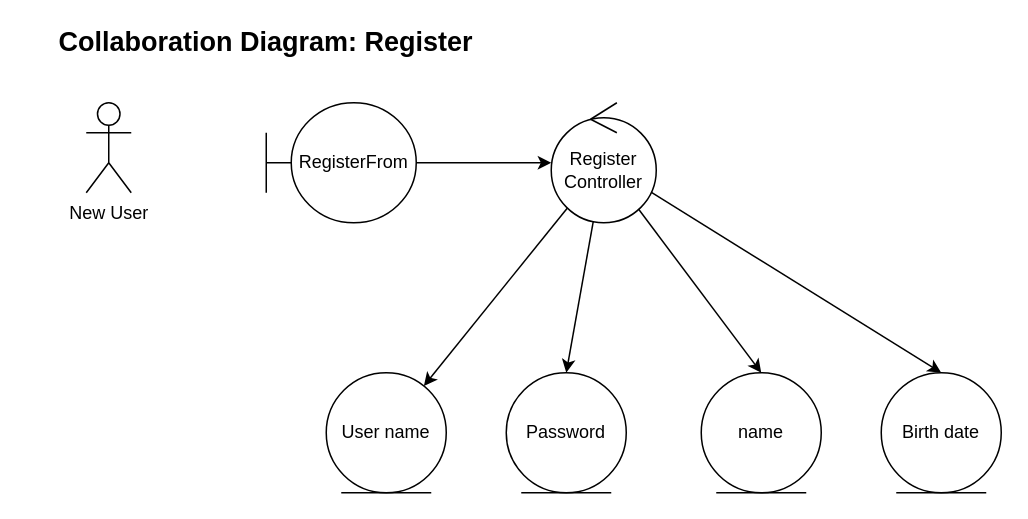
The draw.io diagram page "Register" (1 of 2) of Collaboration Diagram.drawio in astrrr/Right-posture, before the edit. Source tidied: cells renumbered, new cells numbered last; positions are measured from the earlier drawing's top-left corner, leaving out a move shared by most shapes. Both pictures are drawn from the tidied source at 150%, with x=0, y=0 at pixel (26, 27).
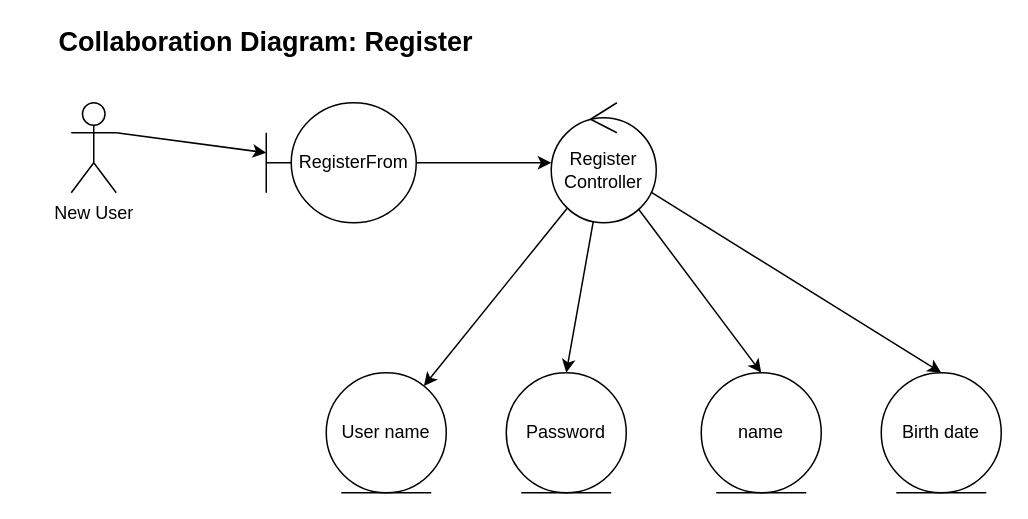
The same diagram, later.

What changed in the source:
```diff
@@
 <mxGraphModel>
   <root>
     <mxCell id="0" />
     <mxCell id="1" parent="0" />
+    <mxCell id="15" style="edgeStyle=none;rounded=0;jettySize=auto;html=1;exitX=1;exitY=0.3333333333333333;exitDx=0;exitDy=0;exitPerimeter=0;" parent="1" edge="1" source="2" target="4">
+      <mxGeometry relative="1" as="geometry" />
+    </mxCell>
     <mxCell id="2" value="New User" style="shape=umlActor;verticalLabelPosition=bottom;verticalAlign=top;html=1;" parent="1" vertex="1">
-      <mxGeometry x="40" y="50" width="30" height="60" as="geometry" />
+      <mxGeometry x="30" y="50" width="30" height="60" as="geometry" />
     </mxCell>
     <mxCell id="3" style="edgeStyle=orthogonalEdgeStyle;rounded=0;jettySize=auto;html=1;" parent="1" edge="1" source="4" target="9">
       <mxGeometry relative="1" as="geometry" />
     </mxCell>
     <mxCell id="4" value="RegisterFrom" style="shape=umlBoundary;whiteSpace=wrap;html=1;" parent="1" vertex="1">
       <mxGeometry x="160" y="50" width="100" height="80" as="geometry" />
     </mxCell>
     <mxCell id="5" style="rounded=0;jettySize=auto;html=1;" parent="1" edge="1" source="9" target="10">
       <mxGeometry relative="1" as="geometry" />
     </mxCell>
     <mxCell id="6" style="edgeStyle=none;rounded=0;jettySize=auto;html=1;entryX=0.5;entryY=0;entryDx=0;entryDy=0;" parent="1" edge="1" source="9" target="12">
       <mxGeometry relative="1" as="geometry" />
     </mxCell>
     <mxCell id="7" style="edgeStyle=none;rounded=0;jettySize=auto;html=1;entryX=0.5;entryY=0;entryDx=0;entryDy=0;" parent="1" edge="1" source="9" target="14">
       <mxGeometry relative="1" as="geometry" />
     </mxCell>
     <mxCell id="8" style="edgeStyle=none;rounded=0;jettySize=auto;html=1;entryX=0.5;entryY=0;entryDx=0;entryDy=0;" parent="1" edge="1" source="9" target="13">
       <mxGeometry relative="1" as="geometry" />
     </mxCell>
     <mxCell id="9" value="Register&lt;br&gt;Controller" style="ellipse;shape=umlControl;whiteSpace=wrap;html=1;" parent="1" vertex="1">
       <mxGeometry x="350" y="50" width="70" height="80" as="geometry" />
     </mxCell>
     <mxCell id="10" value="User name" style="ellipse;shape=umlEntity;whiteSpace=wrap;html=1;" parent="1" vertex="1">
       <mxGeometry x="200" y="230" width="80" height="80" as="geometry" />
     </mxCell>
     <mxCell id="11" value="&lt;b&gt;&lt;font style=&quot;font-size: 18px&quot;&gt;Collaboration Diagram: Register&lt;/font&gt;&lt;/b&gt;" style="text;html=1;strokeColor=none;fillColor=none;align=center;verticalAlign=middle;whiteSpace=wrap;rounded=0;" parent="1" vertex="1">
       <mxGeometry width="320" height="20" as="geometry" />
     </mxCell>
     <mxCell id="12" value="Password" style="ellipse;shape=umlEntity;whiteSpace=wrap;html=1;" parent="1" vertex="1">
       <mxGeometry x="320" y="230" width="80" height="80" as="geometry" />
     </mxCell>
     <mxCell id="13" value="Birth date" style="ellipse;shape=umlEntity;whiteSpace=wrap;html=1;" parent="1" vertex="1">
       <mxGeometry x="570" y="230" width="80" height="80" as="geometry" />
     </mxCell>
     <mxCell id="14" value="name" style="ellipse;shape=umlEntity;whiteSpace=wrap;html=1;" parent="1" vertex="1">
       <mxGeometry x="450" y="230" width="80" height="80" as="geometry" />
     </mxCell>
   </root>
 </mxGraphModel>
```
